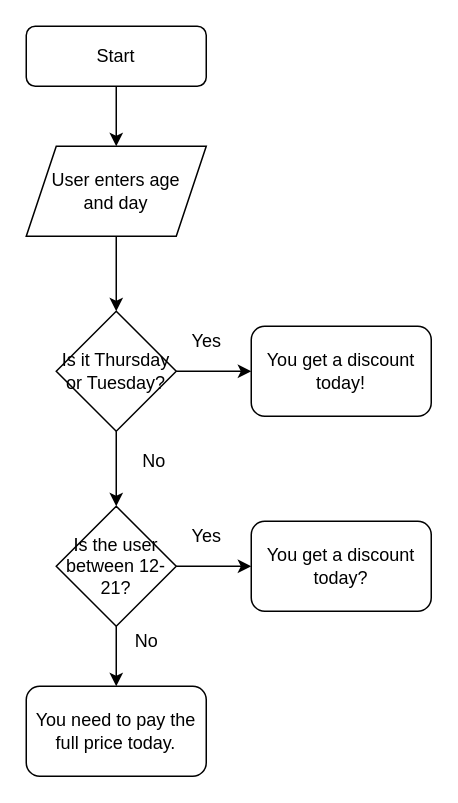
Earlier version of the draw.io diagram Untitled Diagram.drawio (lucas-gelinas/Museum-charges). Source tidied: cells renumbered, new cells numbered last; positions are measured from the earlier drawing's top-left corner, leaving out a move shared by most shapes. Both pictures are drawn from the tidied source at 150%, with x=0, y=0 at pixel (26, 26).
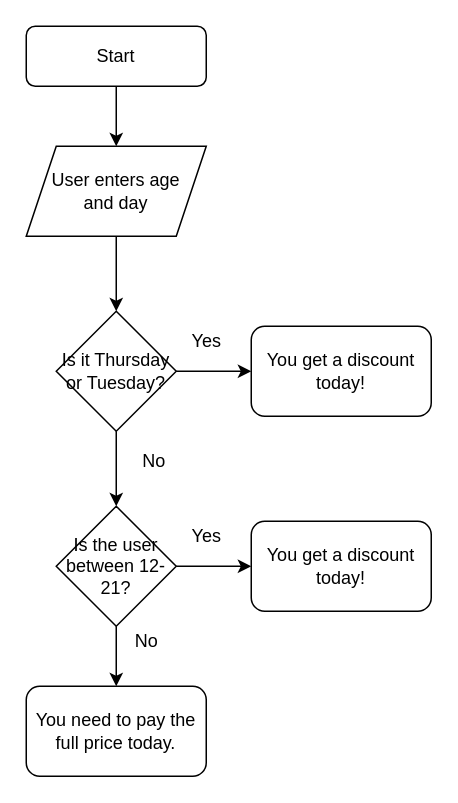
After the change.

Diff of the diagram source:
```diff
@@
-    <mxCell id="18" value="You get a discount today?" style="rounded=1;whiteSpace=wrap;html=1;" parent="1" vertex="1">
+    <mxCell id="18" value="You get a discount today!" style="rounded=1;whiteSpace=wrap;html=1;" parent="1" vertex="1">
       <mxGeometry x="150" y="330" width="120" height="60" as="geometry" />
     </mxCell>
```
